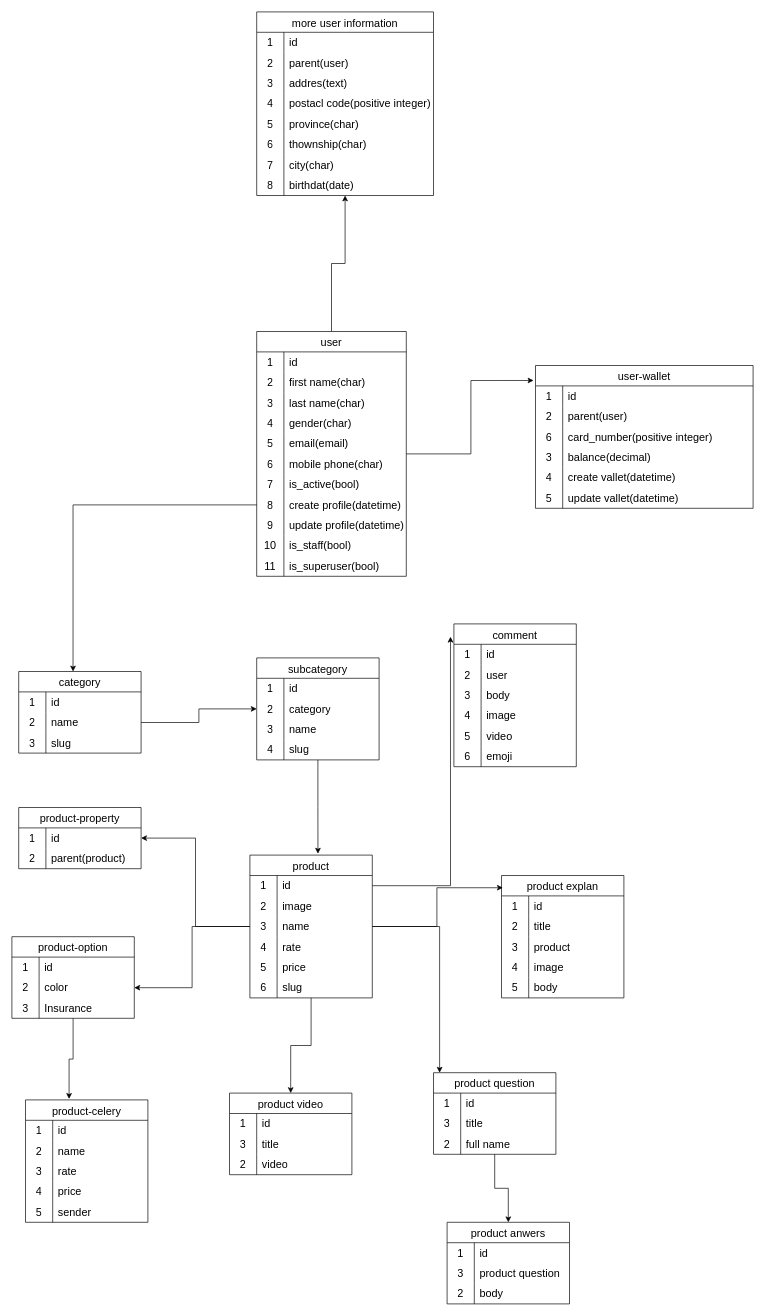
Before: ERD_shop.drawio in mrgdeveloper1401/shop, a draw.io diagram. Source tidied: cells renumbered, new cells numbered last; positions are measured from the earlier drawing's top-left corner, leaving out a move shared by most shapes. Both pictures are drawn from the tidied source at 68%, with x=0, y=0 at pixel (12, 12).
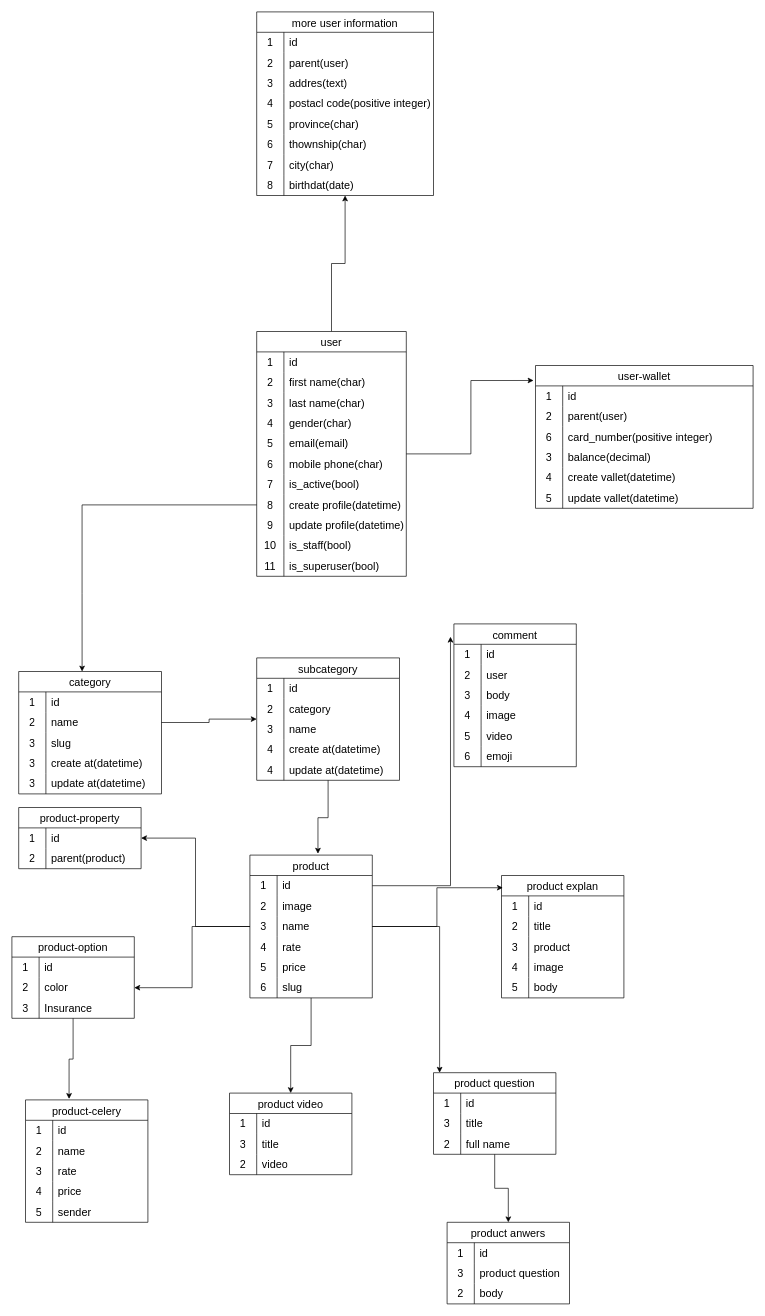
Above is the later version.

What changed in the source:
```diff
@@
     <mxCell id="3" value="category" style="shape=table;startSize=30;childLayout=tableLayout;rowLines=0;fontStyle=0;strokeColor=default;fontSize=16;" parent="1" vertex="1">
-      <mxGeometry x="10" y="970" width="180" height="120" as="geometry" />
+      <mxGeometry x="10" y="970" width="210" height="180" as="geometry" />
     </mxCell>
     <mxCell id="4" style="shape=tableRow;horizontal=0;startSize=0;swimlaneHead=0;swimlaneBody=0;top=0;left=0;bottom=0;right=0;fillColor=none;strokeColor=inherit;fontSize=16;" parent="3" vertex="1">
-      <mxGeometry y="30" width="180" height="30" as="geometry" />
+      <mxGeometry y="30" width="210" height="30" as="geometry" />
     </mxCell>
@@
     <mxCell id="6" value="id" style="shape=partialRectangle;html=1;whiteSpace=wrap;fillColor=none;top=0;left=0;bottom=0;right=0;align=left;spacingLeft=6;overflow=hidden;strokeColor=inherit;fontSize=16;" parent="4" vertex="1">
-      <mxGeometry x="40" width="140" height="30" as="geometry" />
+      <mxGeometry x="40" width="170" height="30" as="geometry" />
     </mxCell>
     <mxCell id="7" style="shape=tableRow;horizontal=0;startSize=0;swimlaneHead=0;swimlaneBody=0;top=0;left=0;bottom=0;right=0;fillColor=none;points=[[0,0.5],[1,0.5]];portConstraint=eastwest;strokeColor=inherit;fontSize=16;" parent="3" vertex="1">
-      <mxGeometry y="60" width="180" height="30" as="geometry" />
+      <mxGeometry y="60" width="210" height="30" as="geometry" />
     </mxCell>
@@
     <mxCell id="9" value="name" style="shape=partialRectangle;html=1;whiteSpace=wrap;fillColor=none;top=0;left=0;bottom=0;right=0;align=left;spacingLeft=6;overflow=hidden;strokeColor=inherit;fontSize=16;" parent="7" vertex="1">
-      <mxGeometry x="40" width="140" height="30" as="geometry" />
+      <mxGeometry x="40" width="170" height="30" as="geometry" />
     </mxCell>
     <mxCell id="10" style="shape=tableRow;horizontal=0;startSize=0;swimlaneHead=0;swimlaneBody=0;top=0;left=0;bottom=0;right=0;fillColor=none;strokeColor=inherit;fontSize=16;" parent="3" vertex="1">
-      <mxGeometry y="90" width="180" height="30" as="geometry" />
+      <mxGeometry y="90" width="210" height="30" as="geometry" />
     </mxCell>
@@
     <mxCell id="12" value="slug" style="shape=partialRectangle;html=1;whiteSpace=wrap;fillColor=none;top=0;left=0;bottom=0;right=0;align=left;spacingLeft=6;overflow=hidden;strokeColor=inherit;fontSize=16;" parent="10" vertex="1">
-      <mxGeometry x="40" width="140" height="30" as="geometry" />
+      <mxGeometry x="40" width="170" height="30" as="geometry" />
     </mxCell>
+    <mxCell id="233" style="shape=tableRow;horizontal=0;startSize=0;swimlaneHead=0;swimlaneBody=0;top=0;left=0;bottom=0;right=0;fillColor=none;strokeColor=inherit;fontSize=16;" parent="3" vertex="1">
+      <mxGeometry y="120" width="210" height="30" as="geometry" />
+    </mxCell>
+    <mxCell id="234" value="3" style="shape=partialRectangle;html=1;whiteSpace=wrap;fillColor=none;top=0;left=0;bottom=0;right=0;overflow=hidden;strokeColor=inherit;fontSize=16;" parent="233" vertex="1">
+      <mxGeometry width="40" height="30" as="geometry" />
+    </mxCell>
+    <mxCell id="235" value="create at(datetime)" style="shape=partialRectangle;html=1;whiteSpace=wrap;fillColor=none;top=0;left=0;bottom=0;right=0;align=left;spacingLeft=6;overflow=hidden;strokeColor=inherit;fontSize=16;" parent="233" vertex="1">
+      <mxGeometry x="40" width="170" height="30" as="geometry" />
+    </mxCell>
+    <mxCell id="236" style="shape=tableRow;horizontal=0;startSize=0;swimlaneHead=0;swimlaneBody=0;top=0;left=0;bottom=0;right=0;fillColor=none;strokeColor=inherit;fontSize=16;" parent="3" vertex="1">
+      <mxGeometry y="150" width="210" height="30" as="geometry" />
+    </mxCell>
+    <mxCell id="237" value="3" style="shape=partialRectangle;html=1;whiteSpace=wrap;fillColor=none;top=0;left=0;bottom=0;right=0;overflow=hidden;strokeColor=inherit;fontSize=16;" parent="236" vertex="1">
+      <mxGeometry width="40" height="30" as="geometry" />
+    </mxCell>
+    <mxCell id="238" value="update at(datetime)" style="shape=partialRectangle;html=1;whiteSpace=wrap;fillColor=none;top=0;left=0;bottom=0;right=0;align=left;spacingLeft=6;overflow=hidden;strokeColor=inherit;fontSize=16;" parent="236" vertex="1">
+      <mxGeometry x="40" width="170" height="30" as="geometry" />
+    </mxCell>
     <mxCell id="13" value="subcategory" style="shape=table;startSize=30;childLayout=tableLayout;rowLines=0;fontStyle=0;strokeColor=default;fontSize=16;" parent="1" vertex="1">
-      <mxGeometry x="360" y="950" width="180" height="150" as="geometry" />
+      <mxGeometry x="360" y="950" width="210" height="180" as="geometry" />
     </mxCell>
     <mxCell id="14" style="shape=tableRow;horizontal=0;startSize=0;swimlaneHead=0;swimlaneBody=0;top=0;left=0;bottom=0;right=0;fillColor=none;strokeColor=inherit;fontSize=16;" parent="13" vertex="1">
-      <mxGeometry y="30" width="180" height="30" as="geometry" />
+      <mxGeometry y="30" width="210" height="30" as="geometry" />
     </mxCell>
@@
     <mxCell id="16" value="id" style="shape=partialRectangle;html=1;whiteSpace=wrap;fillColor=none;top=0;left=0;bottom=0;right=0;align=left;spacingLeft=6;overflow=hidden;strokeColor=inherit;fontSize=16;" parent="14" vertex="1">
-      <mxGeometry x="40" width="140" height="30" as="geometry" />
+      <mxGeometry x="40" width="170" height="30" as="geometry" />
     </mxCell>
     <mxCell id="17" style="shape=tableRow;horizontal=0;startSize=0;swimlaneHead=0;swimlaneBody=0;top=0;left=0;bottom=0;right=0;fillColor=none;strokeColor=inherit;fontSize=16;" parent="13" vertex="1">
-      <mxGeometry y="60" width="180" height="30" as="geometry" />
+      <mxGeometry y="60" width="210" height="30" as="geometry" />
     </mxCell>
@@
     <mxCell id="19" value="category" style="shape=partialRectangle;html=1;whiteSpace=wrap;fillColor=none;top=0;left=0;bottom=0;right=0;align=left;spacingLeft=6;overflow=hidden;strokeColor=inherit;fontSize=16;" parent="17" vertex="1">
-      <mxGeometry x="40" width="140" height="30" as="geometry" />
+      <mxGeometry x="40" width="170" height="30" as="geometry" />
     </mxCell>
     <mxCell id="20" style="shape=tableRow;horizontal=0;startSize=0;swimlaneHead=0;swimlaneBody=0;top=0;left=0;bottom=0;right=0;fillColor=none;strokeColor=inherit;fontSize=16;" parent="13" vertex="1">
-      <mxGeometry y="90" width="180" height="30" as="geometry" />
+      <mxGeometry y="90" width="210" height="30" as="geometry" />
     </mxCell>
@@
     <mxCell id="22" value="name" style="shape=partialRectangle;html=1;whiteSpace=wrap;fillColor=none;top=0;left=0;bottom=0;right=0;align=left;spacingLeft=6;overflow=hidden;strokeColor=inherit;fontSize=16;" parent="20" vertex="1">
-      <mxGeometry x="40" width="140" height="30" as="geometry" />
+      <mxGeometry x="40" width="170" height="30" as="geometry" />
     </mxCell>
     <mxCell id="23" style="shape=tableRow;horizontal=0;startSize=0;swimlaneHead=0;swimlaneBody=0;top=0;left=0;bottom=0;right=0;fillColor=none;strokeColor=inherit;fontSize=16;" parent="13" vertex="1">
-      <mxGeometry y="120" width="180" height="30" as="geometry" />
+      <mxGeometry y="120" width="210" height="30" as="geometry" />
     </mxCell>
@@
-    <mxCell id="25" value="slug" style="shape=partialRectangle;html=1;whiteSpace=wrap;fillColor=none;top=0;left=0;bottom=0;right=0;align=left;spacingLeft=6;overflow=hidden;strokeColor=inherit;fontSize=16;" parent="23" vertex="1">
-      <mxGeometry x="40" width="140" height="30" as="geometry" />
+    <mxCell id="25" value="create at(datetime)" style="shape=partialRectangle;html=1;whiteSpace=wrap;fillColor=none;top=0;left=0;bottom=0;right=0;align=left;spacingLeft=6;overflow=hidden;strokeColor=inherit;fontSize=16;" parent="23" vertex="1">
+      <mxGeometry x="40" width="170" height="30" as="geometry" />
     </mxCell>
+    <mxCell id="239" style="shape=tableRow;horizontal=0;startSize=0;swimlaneHead=0;swimlaneBody=0;top=0;left=0;bottom=0;right=0;fillColor=none;strokeColor=inherit;fontSize=16;" parent="13" vertex="1">
+      <mxGeometry y="150" width="210" height="30" as="geometry" />
+    </mxCell>
+    <mxCell id="240" value="4" style="shape=partialRectangle;html=1;whiteSpace=wrap;fillColor=none;top=0;left=0;bottom=0;right=0;overflow=hidden;strokeColor=inherit;fontSize=16;" parent="239" vertex="1">
+      <mxGeometry width="40" height="30" as="geometry" />
+    </mxCell>
+    <mxCell id="241" value="update at(datetime)" style="shape=partialRectangle;html=1;whiteSpace=wrap;fillColor=none;top=0;left=0;bottom=0;right=0;align=left;spacingLeft=6;overflow=hidden;strokeColor=inherit;fontSize=16;" parent="239" vertex="1">
+      <mxGeometry x="40" width="170" height="30" as="geometry" />
+    </mxCell>
```
